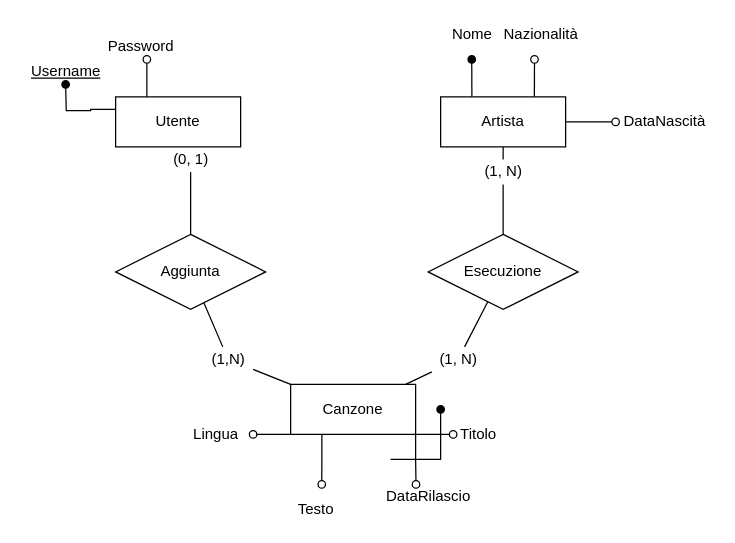
Before: Schemi/ER.drawio in M2Max/Lyrics, a draw.io diagram. Source tidied: cells renumbered, new cells numbered last; positions are measured from the earlier drawing's top-left corner, leaving out a move shared by most shapes. Both pictures are drawn from the tidied source at 125%, with x=0, y=0 at pixel (21, 21).
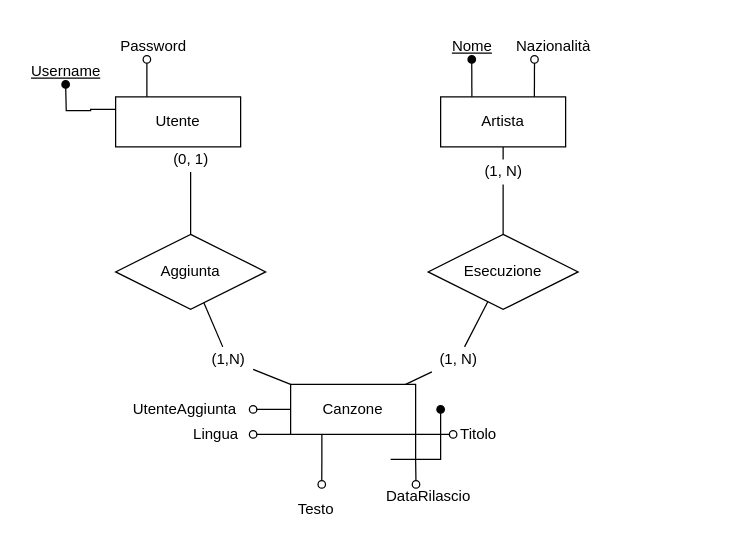
The same page after the edit.

The change refers to these unchanged cells:
```xml
<mxCell id="9" value="Artista" style="whiteSpace=wrap;html=1;align=center;" parent="1" vertex="1">
  <mxGeometry x="335" y="60" width="100" height="40" as="geometry" />
</mxCell>
<mxCell id="14" value="Canzone" style="whiteSpace=wrap;html=1;align=center;" parent="1" vertex="1">
  <mxGeometry x="215" y="290" width="100" height="40" as="geometry" />
</mxCell>
```

The edit, as a diff of the source:
```diff
@@
-    <mxCell id="8" style="edgeStyle=orthogonalEdgeStyle;rounded=0;jettySize=auto;html=1;exitX=1;exitY=0.5;exitDx=0;exitDy=0;endArrow=oval;endFill=0;" parent="1" edge="1" source="9">
-      <mxGeometry relative="1" as="geometry">
-        <mxPoint x="475" y="80" as="targetPoint" />
-      </mxGeometry>
-    </mxCell>
@@
+    <mxCell id="38" style="edgeStyle=orthogonalEdgeStyle;rounded=0;jettySize=auto;html=1;endArrow=oval;endFill=0;" parent="1" edge="1" source="14">
+      <mxGeometry relative="1" as="geometry">
+        <mxPoint x="185" y="310" as="targetPoint" />
+      </mxGeometry>
+    </mxCell>
@@
     <mxCell id="29" value="Password&lt;br&gt;" style="text;html=1;align=center;verticalAlign=middle;strokeColor=none;fillColor=none;" parent="1" vertex="1">
-      <mxGeometry x="60" y="10" width="70" height="20" as="geometry" />
+      <mxGeometry x="70" y="10" width="70" height="20" as="geometry" />
     </mxCell>
-    <mxCell id="30" value="Nome" style="text;html=1;align=center;verticalAlign=middle;strokeColor=none;fillColor=none;" parent="1" vertex="1">
-      <mxGeometry x="335" width="50" height="20" as="geometry" />
+    <mxCell id="30" value="&lt;u&gt;Nome&lt;/u&gt;" style="text;html=1;align=center;verticalAlign=middle;strokeColor=none;fillColor=none;" parent="1" vertex="1">
+      <mxGeometry x="335" y="10" width="50" height="20" as="geometry" />
     </mxCell>
     <mxCell id="31" value="Nazionalità" style="text;html=1;align=center;verticalAlign=middle;strokeColor=none;fillColor=none;" parent="1" vertex="1">
-      <mxGeometry x="375" width="80" height="20" as="geometry" />
+      <mxGeometry x="385" y="10" width="80" height="20" as="geometry" />
     </mxCell>
-    <mxCell id="32" value="DataNascità" style="text;html=1;align=center;verticalAlign=middle;strokeColor=none;fillColor=none;" parent="1" vertex="1">
-      <mxGeometry x="474" y="70" width="80" height="20" as="geometry" />
-    </mxCell>
@@
+    <mxCell id="39" value="UtenteAggiunta" style="text;html=1;align=center;verticalAlign=middle;strokeColor=none;fillColor=none;" parent="1" vertex="1">
+      <mxGeometry x="80" y="300" width="100" height="20" as="geometry" />
+    </mxCell>
```
